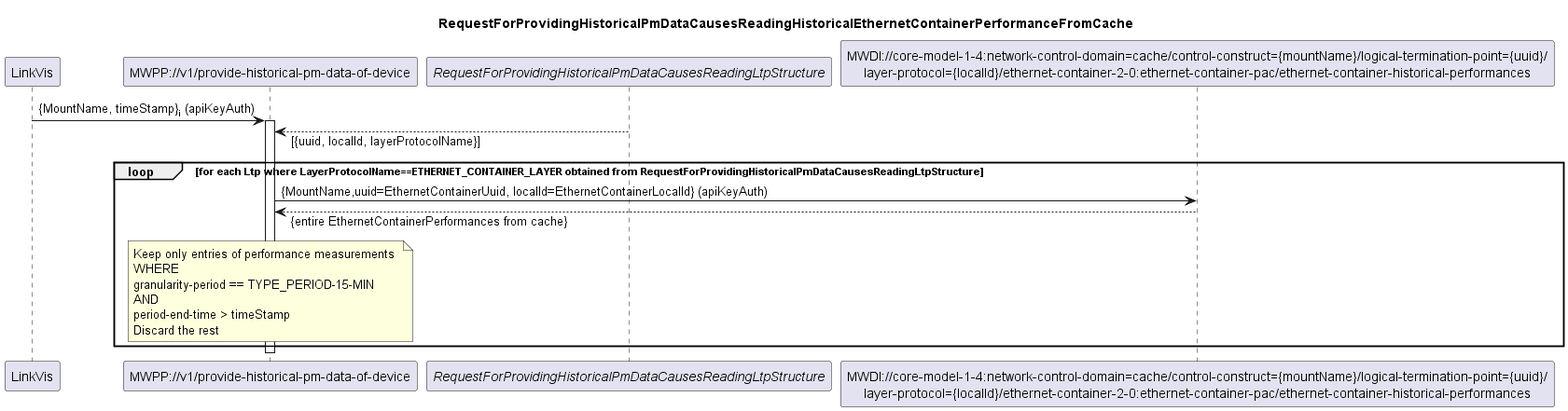
The PlantUML diagram spec/diagrams/006_ReadingHistoricalEthernetContainerPerformanceFromCache.png in openBackhaul/MicroWavePerformanceProxy, before a commit. Its diagram source:
```plantuml
@startuml 006_ReadingHistoricalEthernetContainerPerformanceFromCache
skinparam responseMessageBelowArrow true

title
RequestForProvidingHistoricalPmDataCausesReadingHistoricalEthernetContainerPerformanceFromCache
end title

participant "LinkVis" as LinkVis
participant "MWPP://v1/provide-historical-pm-data-of-device" as MWPP
participant "<i>RequestForProvidingHistoricalPmDataCausesReadingLtpStructure</i>" as LTPs
participant "MWDI://core-model-1-4:network-control-domain=cache/control-construct={mountName}/logical-termination-point={uuid}/\nlayer-protocol={localId}/ethernet-container-2-0:ethernet-container-pac/ethernet-container-historical-performances" as EthernetPm

LinkVis -> MWPP: {MountName, timeStamp}<sub>i</sub> (apiKeyAuth)
activate MWPP
LTPs --> MWPP: [{uuid, localId, layerProtocolName}]
loop for each Ltp where LayerProtocolName==ETHERNET_CONTAINER_LAYER obtained from RequestForProvidingHistoricalPmDataCausesReadingLtpStructure
    MWPP -> EthernetPm: {MountName,uuid=EthernetContainerUuid, localId=EthernetContainerLocalId} (apiKeyAuth)
    EthernetPm --> MWPP: {entire EthernetContainerPerformances from cache}

    note over MWPP
    Keep only entries of performance measurements
    WHERE
    granularity-period == TYPE_PERIOD-15-MIN
    AND
    period-end-time > timeStamp
    Discard the rest
    end note
end
deactivate MWPP

@enduml
```
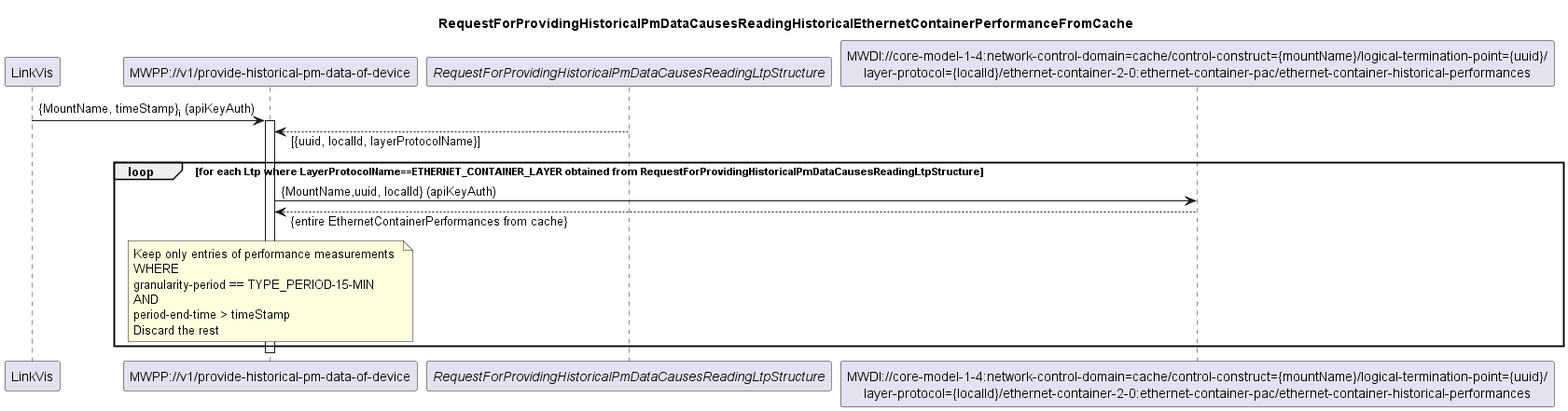
After the commit.

Change to the diagram source:
```diff
@@ -14,7 +14,7 @@
 activate MWPP
 LTPs --> MWPP: [{uuid, localId, layerProtocolName}]
 loop for each Ltp where LayerProtocolName==ETHERNET_CONTAINER_LAYER obtained from RequestForProvidingHistoricalPmDataCausesReadingLtpStructure
-    MWPP -> EthernetPm: {MountName,uuid=EthernetContainerUuid, localId=EthernetContainerLocalId} (apiKeyAuth)
+    MWPP -> EthernetPm: {MountName,uuid, localId} (apiKeyAuth)
     EthernetPm --> MWPP: {entire EthernetContainerPerformances from cache}
 
     note over MWPP
```
